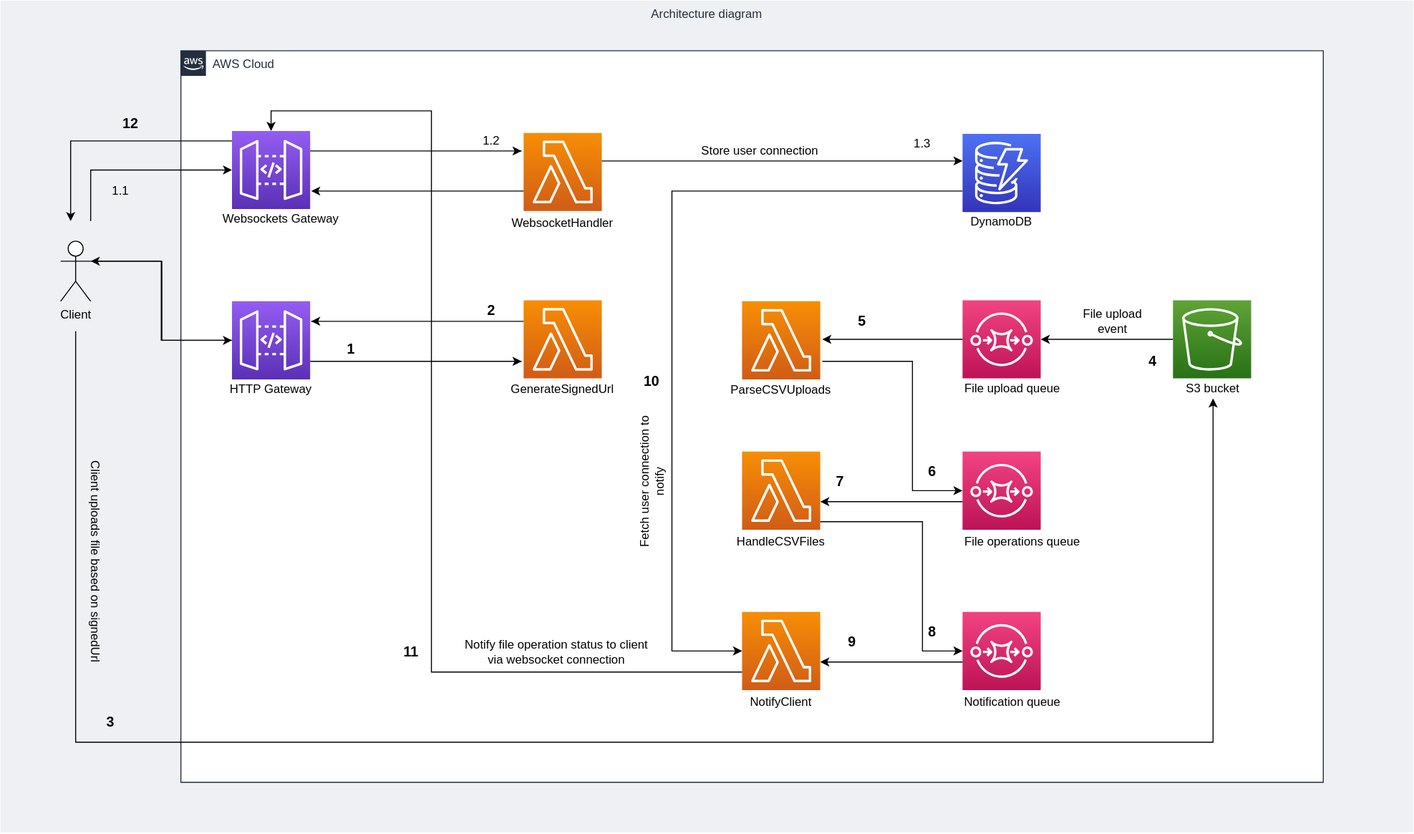
The draw.io diagram docs/diagrams/csv-utility-architecture.svg in henridev/csv-utility-backend, before a commit. Source tidied: cells renumbered, new cells last; positions are measured from the earlier drawing's top-left corner, leaving out a move shared by most shapes.
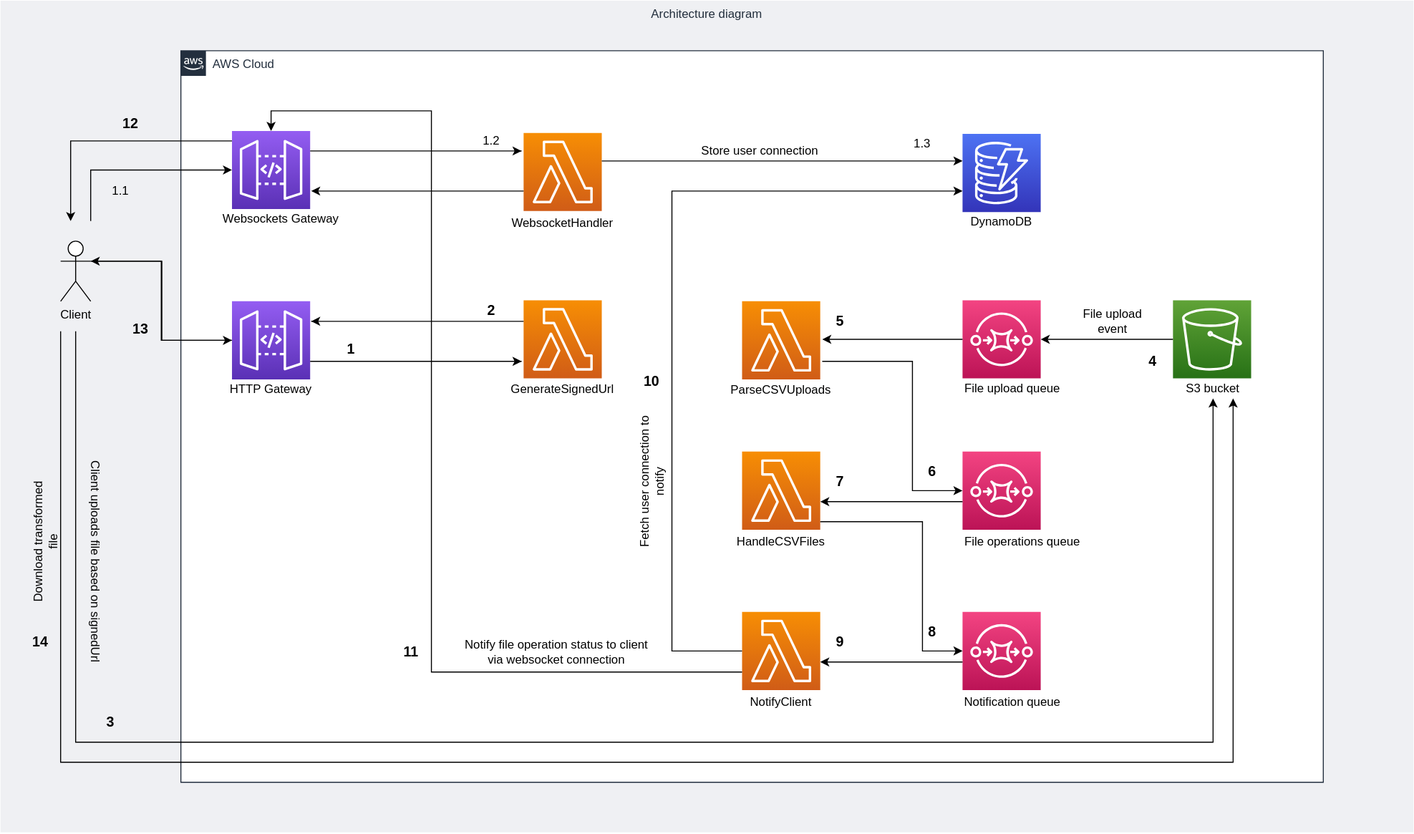
Above is the later version.

Commit message:
architecture diagram updated

The edit, as a diff of the source:
```diff
@@ -201,14 +201,6 @@
         </Array>
       </mxGeometry>
     </mxCell>
-    <mxCell id="52" style="edgeStyle=orthogonalEdgeStyle;rounded=0;jettySize=auto;html=1;" parent="3" edge="1" source="15" target="30">
-      <mxGeometry relative="1" as="geometry">
-        <Array as="points">
-          <mxPoint x="610" y="140" />
-          <mxPoint x="610" y="599" />
-        </Array>
-      </mxGeometry>
-    </mxCell>
     <mxCell id="53" style="edgeStyle=orthogonalEdgeStyle;rounded=0;jettySize=auto;html=1;" parent="3" edge="1" source="30" target="21">
       <mxGeometry relative="1" as="geometry">
         <Array as="points">
@@ -243,6 +235,15 @@
         </Array>
       </mxGeometry>
     </mxCell>
+    <mxCell id="80" style="edgeStyle=orthogonalEdgeStyle;rounded=0;jettySize=auto;html=1;" parent="3" edge="1" target="7">
+      <mxGeometry relative="1" as="geometry">
+        <mxPoint y="280" as="sourcePoint" />
+        <Array as="points">
+          <mxPoint y="710" />
+          <mxPoint x="1170" y="710" />
+        </Array>
+      </mxGeometry>
+    </mxCell>
     <mxCell id="57" value="Client" style="shape=umlActor;verticalLabelPosition=bottom;verticalAlign=top;html=1;outlineConnect=0;" parent="3" vertex="1">
       <mxGeometry y="190" width="30" height="60" as="geometry" />
     </mxCell>
@@ -282,7 +283,7 @@
       <mxGeometry x="1070" y="300" width="40" height="20" as="geometry" />
     </mxCell>
     <mxCell id="68" value="&lt;b&gt;&lt;font style=&quot;font-size: 14px&quot;&gt;5&lt;/font&gt;&lt;/b&gt;" style="text;html=1;strokeColor=none;fillColor=none;align=center;verticalAlign=middle;whiteSpace=wrap;rounded=0;" parent="3" vertex="1">
-      <mxGeometry x="780" y="260" width="40" height="20" as="geometry" />
+      <mxGeometry x="758" y="260" width="40" height="20" as="geometry" />
     </mxCell>
     <mxCell id="69" value="&lt;b&gt;&lt;font style=&quot;font-size: 14px&quot;&gt;6&lt;/font&gt;&lt;/b&gt;" style="text;html=1;strokeColor=none;fillColor=none;align=center;verticalAlign=middle;whiteSpace=wrap;rounded=0;" parent="3" vertex="1">
       <mxGeometry x="850" y="410" width="40" height="20" as="geometry" />
@@ -297,7 +298,7 @@
       <mxGeometry x="570" y="320" width="40" height="20" as="geometry" />
     </mxCell>
     <mxCell id="73" value="&lt;b&gt;&lt;font style=&quot;font-size: 14px&quot;&gt;9&lt;/font&gt;&lt;/b&gt;" style="text;html=1;strokeColor=none;fillColor=none;align=center;verticalAlign=middle;whiteSpace=wrap;rounded=0;" parent="3" vertex="1">
-      <mxGeometry x="770" y="580" width="40" height="20" as="geometry" />
+      <mxGeometry x="758" y="580" width="40" height="20" as="geometry" />
     </mxCell>
     <mxCell id="74" value="&lt;b&gt;&lt;font style=&quot;font-size: 14px&quot;&gt;11&lt;/font&gt;&lt;/b&gt;" style="text;html=1;strokeColor=none;fillColor=none;align=center;verticalAlign=middle;whiteSpace=wrap;rounded=0;" parent="3" vertex="1">
       <mxGeometry x="330" y="590" width="40" height="20" as="geometry" />
@@ -317,5 +318,22 @@
     <mxCell id="79" value="Store user connection" style="text;html=1;strokeColor=none;fillColor=none;align=center;verticalAlign=middle;whiteSpace=wrap;rounded=0;" parent="3" vertex="1">
       <mxGeometry x="638" y="90" width="120" height="20" as="geometry" />
     </mxCell>
+    <mxCell id="81" style="edgeStyle=orthogonalEdgeStyle;rounded=0;jettySize=auto;html=1;" parent="3" edge="1" source="30" target="15">
+      <mxGeometry relative="1" as="geometry">
+        <Array as="points">
+          <mxPoint x="610" y="599" />
+          <mxPoint x="610" y="140" />
+        </Array>
+      </mxGeometry>
+    </mxCell>
+    <mxCell id="82" value="&lt;b&gt;&lt;font style=&quot;font-size: 14px&quot;&gt;13&lt;/font&gt;&lt;/b&gt;" style="text;html=1;strokeColor=none;fillColor=none;align=center;verticalAlign=middle;whiteSpace=wrap;rounded=0;" parent="3" vertex="1">
+      <mxGeometry x="60" y="268" width="40" height="20" as="geometry" />
+    </mxCell>
+    <mxCell id="83" value="Download transformed file" style="text;html=1;strokeColor=none;fillColor=none;align=center;verticalAlign=middle;whiteSpace=wrap;rounded=0;rotation=-90;" parent="1" vertex="1">
+      <mxGeometry y="530" width="130" height="20" as="geometry" />
+    </mxCell>
+    <mxCell id="84" value="&lt;b&gt;&lt;font style=&quot;font-size: 14px&quot;&gt;14&lt;/font&gt;&lt;/b&gt;" style="text;html=1;strokeColor=none;fillColor=none;align=center;verticalAlign=middle;whiteSpace=wrap;rounded=0;" parent="1" vertex="1">
+      <mxGeometry x="40" y="630" width="40" height="20" as="geometry" />
+    </mxCell>
   </root>
 </mxGraphModel>
```
